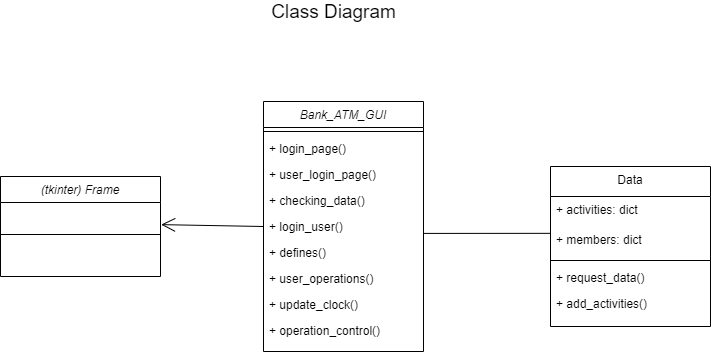
Above: Class_Diagram.png in fidanfatih/Bank_ATM_Demo_Project (draw.io), before the change. Source tidied: cells renumbered, new cells last; positions are measured from the earlier drawing's top-left corner, leaving out a move shared by most shapes.
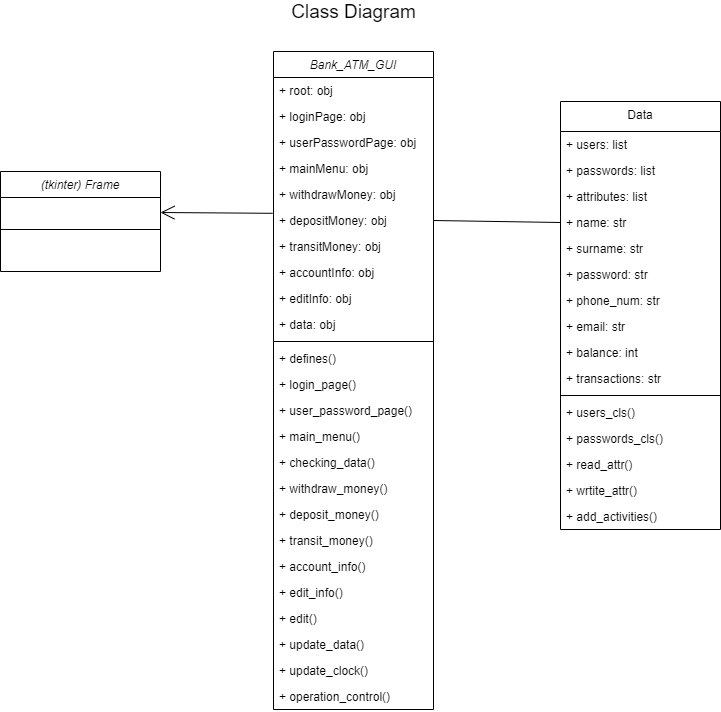
Above is the later version.

The edit, as a diff of the source:
```diff
@@ -3,69 +3,150 @@
     <mxCell id="0" />
     <mxCell id="1" parent="0" />
     <mxCell id="2" value="Data" style="swimlane;fontStyle=0;align=center;verticalAlign=top;horizontal=1;startSize=30;rounded=0;shadow=0;strokeWidth=1;" parent="1" vertex="1">
-      <mxGeometry x="550" y="165" width="160" height="160" as="geometry" />
+      <mxGeometry x="550" y="190" width="160" height="428" as="geometry" />
     </mxCell>
-    <mxCell id="3" value="+ activities: dict" style="text;align=left;verticalAlign=top;spacingLeft=4;spacingRight=4;overflow=hidden;rounded=0;shadow=0;html=0;" parent="2" vertex="1">
-      <mxGeometry y="30" width="160" height="30" as="geometry" />
-    </mxCell>
-    <mxCell id="4" value="+ members: dict" style="text;align=left;verticalAlign=top;spacingLeft=4;spacingRight=4;overflow=hidden;points=[[0,0.5],[1,0.5]];portConstraint=eastwest;rounded=0;shadow=0;html=0;" parent="2" vertex="1">
-      <mxGeometry y="60" width="160" height="30" as="geometry" />
-    </mxCell>
+    <mxCell id="12" value="+ users: list&#10;" style="text;align=left;verticalAlign=top;spacingLeft=4;spacingRight=4;overflow=hidden;rounded=0;shadow=0;html=0;" parent="2" vertex="1">
+      <mxGeometry y="30" width="160" height="26" as="geometry" />
+    </mxCell>
+    <mxCell id="23" value="+ passwords: list&#10;" style="text;align=left;verticalAlign=top;spacingLeft=4;spacingRight=4;overflow=hidden;rounded=0;shadow=0;html=0;" parent="2" vertex="1">
+      <mxGeometry y="56" width="160" height="26" as="geometry" />
+    </mxCell>
+    <mxCell id="24" value="+ attributes: list&#10;" style="text;align=left;verticalAlign=top;spacingLeft=4;spacingRight=4;overflow=hidden;rounded=0;shadow=0;html=0;" parent="2" vertex="1">
+      <mxGeometry y="82" width="160" height="26" as="geometry" />
+    </mxCell>
+    <mxCell id="25" value="+ name: str&#10;" style="text;align=left;verticalAlign=top;spacingLeft=4;spacingRight=4;overflow=hidden;points=[[0,0.5],[1,0.5]];portConstraint=eastwest;rounded=0;shadow=0;html=0;" parent="2" vertex="1">
+      <mxGeometry y="108" width="160" height="26" as="geometry" />
+    </mxCell>
+    <mxCell id="26" value="+ surname: str&#10;" style="text;align=left;verticalAlign=top;spacingLeft=4;spacingRight=4;overflow=hidden;rounded=0;shadow=0;html=0;" parent="2" vertex="1">
+      <mxGeometry y="134" width="160" height="26" as="geometry" />
+    </mxCell>
+    <mxCell id="27" value="+ password: str&#10;" style="text;align=left;verticalAlign=top;spacingLeft=4;spacingRight=4;overflow=hidden;rounded=0;shadow=0;html=0;" parent="2" vertex="1">
+      <mxGeometry y="160" width="160" height="26" as="geometry" />
+    </mxCell>
+    <mxCell id="28" value="+ phone_num: str&#10;" style="text;align=left;verticalAlign=top;spacingLeft=4;spacingRight=4;overflow=hidden;rounded=0;shadow=0;html=0;" parent="2" vertex="1">
+      <mxGeometry y="186" width="160" height="26" as="geometry" />
+    </mxCell>
+    <mxCell id="29" value="+ email: str&#10;" style="text;align=left;verticalAlign=top;spacingLeft=4;spacingRight=4;overflow=hidden;rounded=0;shadow=0;html=0;" parent="2" vertex="1">
+      <mxGeometry y="212" width="160" height="26" as="geometry" />
+    </mxCell>
+    <mxCell id="30" value="+ balance: int&#10;" style="text;align=left;verticalAlign=top;spacingLeft=4;spacingRight=4;overflow=hidden;rounded=0;shadow=0;html=0;" parent="2" vertex="1">
+      <mxGeometry y="238" width="160" height="26" as="geometry" />
+    </mxCell>
+    <mxCell id="31" value="+ transactions: str&#10;" style="text;align=left;verticalAlign=top;spacingLeft=4;spacingRight=4;overflow=hidden;rounded=0;shadow=0;html=0;" parent="2" vertex="1">
+      <mxGeometry y="264" width="160" height="26" as="geometry" />
+    </mxCell>
     <mxCell id="5" style="line;html=1;strokeWidth=1;align=left;verticalAlign=middle;spacingTop=-1;spacingLeft=3;spacingRight=3;labelPosition=right;" parent="2" vertex="1">
-      <mxGeometry y="90" width="160" height="8" as="geometry" />
+      <mxGeometry y="290" width="160" height="8" as="geometry" />
     </mxCell>
-    <mxCell id="6" value="+ request_data()" style="text;align=left;verticalAlign=top;spacingLeft=4;spacingRight=4;overflow=hidden;fontStyle=0;" parent="2" vertex="1">
-      <mxGeometry y="98" width="160" height="26" as="geometry" />
+    <mxCell id="6" value="+ users_cls()" style="text;align=left;verticalAlign=top;spacingLeft=4;spacingRight=4;overflow=hidden;fontStyle=0;" parent="2" vertex="1">
+      <mxGeometry y="298" width="160" height="26" as="geometry" />
     </mxCell>
-    <mxCell id="7" value="+ add_activities()" style="text;align=left;verticalAlign=top;spacingLeft=4;spacingRight=4;overflow=hidden;fontStyle=0;" parent="2" vertex="1">
-      <mxGeometry y="124" width="160" height="26" as="geometry" />
+    <mxCell id="7" value="+ passwords_cls()" style="text;align=left;verticalAlign=top;spacingLeft=4;spacingRight=4;overflow=hidden;fontStyle=0;" parent="2" vertex="1">
+      <mxGeometry y="324" width="160" height="26" as="geometry" />
     </mxCell>
+    <mxCell id="32" value="+ read_attr()" style="text;align=left;verticalAlign=top;spacingLeft=4;spacingRight=4;overflow=hidden;fontStyle=0;" parent="2" vertex="1">
+      <mxGeometry y="350" width="160" height="26" as="geometry" />
+    </mxCell>
+    <mxCell id="33" value="+ wrtite_attr()" style="text;align=left;verticalAlign=top;spacingLeft=4;spacingRight=4;overflow=hidden;fontStyle=0;" parent="2" vertex="1">
+      <mxGeometry y="376" width="160" height="26" as="geometry" />
+    </mxCell>
+    <mxCell id="34" value="+ add_activities()" style="text;align=left;verticalAlign=top;spacingLeft=4;spacingRight=4;overflow=hidden;fontStyle=0;" parent="2" vertex="1">
+      <mxGeometry y="402" width="160" height="26" as="geometry" />
+    </mxCell>
     <mxCell id="8" value="(tkinter) Frame" style="swimlane;fontStyle=2;align=center;verticalAlign=top;horizontal=1;startSize=26;rounded=0;shadow=0;strokeWidth=1;" parent="1" vertex="1">
-      <mxGeometry y="175" width="160" height="100" as="geometry" />
+      <mxGeometry x="-10" y="260" width="160" height="100" as="geometry" />
     </mxCell>
     <mxCell id="9" style="line;html=1;strokeWidth=1;align=left;verticalAlign=middle;spacingTop=-1;spacingLeft=3;spacingRight=3;labelPosition=right;" parent="8" vertex="1">
       <mxGeometry y="26" width="160" height="64" as="geometry" />
     </mxCell>
     <mxCell id="10" value="Bank_ATM_GUI" style="swimlane;fontStyle=2;align=center;verticalAlign=top;horizontal=1;startSize=26;rounded=0;shadow=0;strokeWidth=1;" parent="1" vertex="1">
-      <mxGeometry x="263" y="100" width="160" height="250" as="geometry" />
+      <mxGeometry x="263" y="140" width="160" height="658" as="geometry" />
     </mxCell>
+    <mxCell id="35" value="+ root: obj" style="text;align=left;verticalAlign=top;spacingLeft=4;spacingRight=4;overflow=hidden;rounded=0;shadow=0;html=0;" parent="10" vertex="1">
+      <mxGeometry y="26" width="160" height="26" as="geometry" />
+    </mxCell>
+    <mxCell id="36" value="+ loginPage: obj" style="text;align=left;verticalAlign=top;spacingLeft=4;spacingRight=4;overflow=hidden;rounded=0;shadow=0;html=0;" parent="10" vertex="1">
+      <mxGeometry y="52" width="160" height="26" as="geometry" />
+    </mxCell>
+    <mxCell id="37" value="+ userPasswordPage: obj" style="text;align=left;verticalAlign=top;spacingLeft=4;spacingRight=4;overflow=hidden;rounded=0;shadow=0;html=0;" parent="10" vertex="1">
+      <mxGeometry y="78" width="160" height="26" as="geometry" />
+    </mxCell>
+    <mxCell id="38" value="+ mainMenu: obj" style="text;align=left;verticalAlign=top;spacingLeft=4;spacingRight=4;overflow=hidden;rounded=0;shadow=0;html=0;" parent="10" vertex="1">
+      <mxGeometry y="104" width="160" height="26" as="geometry" />
+    </mxCell>
+    <mxCell id="39" value="+ withdrawMoney: obj" style="text;align=left;verticalAlign=top;spacingLeft=4;spacingRight=4;overflow=hidden;rounded=0;shadow=0;html=0;" parent="10" vertex="1">
+      <mxGeometry y="130" width="160" height="26" as="geometry" />
+    </mxCell>
+    <mxCell id="40" value="+ depositMoney: obj" style="text;align=left;verticalAlign=top;spacingLeft=4;spacingRight=4;overflow=hidden;points=[[0,0.5],[1,0.5]];portConstraint=eastwest;rounded=0;shadow=0;html=0;" parent="10" vertex="1">
+      <mxGeometry y="156" width="160" height="26" as="geometry" />
+    </mxCell>
+    <mxCell id="41" value="+ transitMoney: obj" style="text;align=left;verticalAlign=top;spacingLeft=4;spacingRight=4;overflow=hidden;rounded=0;shadow=0;html=0;" parent="10" vertex="1">
+      <mxGeometry y="182" width="160" height="26" as="geometry" />
+    </mxCell>
+    <mxCell id="42" value="+ accountInfo: obj" style="text;align=left;verticalAlign=top;spacingLeft=4;spacingRight=4;overflow=hidden;rounded=0;shadow=0;html=0;" parent="10" vertex="1">
+      <mxGeometry y="208" width="160" height="26" as="geometry" />
+    </mxCell>
+    <mxCell id="43" value="+ editInfo: obj" style="text;align=left;verticalAlign=top;spacingLeft=4;spacingRight=4;overflow=hidden;rounded=0;shadow=0;html=0;" parent="10" vertex="1">
+      <mxGeometry y="234" width="160" height="26" as="geometry" />
+    </mxCell>
+    <mxCell id="44" value="+ data: obj" style="text;align=left;verticalAlign=top;spacingLeft=4;spacingRight=4;overflow=hidden;rounded=0;shadow=0;html=0;" parent="10" vertex="1">
+      <mxGeometry y="260" width="160" height="26" as="geometry" />
+    </mxCell>
     <mxCell id="11" style="line;html=1;strokeWidth=1;align=left;verticalAlign=middle;spacingTop=-1;spacingLeft=3;spacingRight=3;labelPosition=right;" parent="10" vertex="1">
-      <mxGeometry y="26" width="160" height="8" as="geometry" />
+      <mxGeometry y="286" width="160" height="8" as="geometry" />
     </mxCell>
-    <mxCell id="12" value="+ login_page()" style="text;align=left;verticalAlign=top;spacingLeft=4;spacingRight=4;overflow=hidden;rounded=0;shadow=0;html=0;" parent="10" vertex="1">
-      <mxGeometry y="34" width="160" height="26" as="geometry" />
-    </mxCell>
+    <mxCell id="45" value="+ defines()" style="text;align=left;verticalAlign=top;spacingLeft=4;spacingRight=4;overflow=hidden;rounded=0;shadow=0;html=0;" parent="10" vertex="1">
+      <mxGeometry y="294" width="160" height="26" as="geometry" />
+    </mxCell>
+    <mxCell id="46" value="+ login_page()" style="text;align=left;verticalAlign=top;spacingLeft=4;spacingRight=4;overflow=hidden;rounded=0;shadow=0;html=0;" parent="10" vertex="1">
+      <mxGeometry y="320" width="160" height="26" as="geometry" />
+    </mxCell>
-    <mxCell id="13" value="+ user_login_page()" style="text;align=left;verticalAlign=top;spacingLeft=4;spacingRight=4;overflow=hidden;" parent="10" vertex="1">
-      <mxGeometry y="60" width="160" height="26" as="geometry" />
+    <mxCell id="13" value="+ user_password_page()" style="text;align=left;verticalAlign=top;spacingLeft=4;spacingRight=4;overflow=hidden;" parent="10" vertex="1">
+      <mxGeometry y="346" width="160" height="26" as="geometry" />
     </mxCell>
+    <mxCell id="47" value="+ main_menu()" style="text;align=left;verticalAlign=top;spacingLeft=4;spacingRight=4;overflow=hidden;" parent="10" vertex="1">
+      <mxGeometry y="372" width="160" height="26" as="geometry" />
+    </mxCell>
     <mxCell id="14" value="+ checking_data()" style="text;align=left;verticalAlign=top;spacingLeft=4;spacingRight=4;overflow=hidden;rounded=0;shadow=0;html=0;" parent="10" vertex="1">
-      <mxGeometry y="86" width="160" height="26" as="geometry" />
+      <mxGeometry y="398" width="160" height="26" as="geometry" />
     </mxCell>
-    <mxCell id="15" value="+ login_user()" style="text;align=left;verticalAlign=top;spacingLeft=4;spacingRight=4;overflow=hidden;points=[[0,0.5],[1,0.5]];portConstraint=eastwest;" parent="10" vertex="1">
-      <mxGeometry y="112" width="160" height="26" as="geometry" />
+    <mxCell id="15" value="+ withdraw_money()" style="text;align=left;verticalAlign=top;spacingLeft=4;spacingRight=4;overflow=hidden;points=[[0,0.5],[1,0.5]];portConstraint=eastwest;" parent="10" vertex="1">
+      <mxGeometry y="424" width="160" height="26" as="geometry" />
     </mxCell>
+    <mxCell id="48" value="+ deposit_money()" style="text;align=left;verticalAlign=top;spacingLeft=4;spacingRight=4;overflow=hidden;" parent="10" vertex="1">
+      <mxGeometry y="450" width="160" height="26" as="geometry" />
+    </mxCell>
+    <mxCell id="49" value="+ transit_money()" style="text;align=left;verticalAlign=top;spacingLeft=4;spacingRight=4;overflow=hidden;" parent="10" vertex="1">
+      <mxGeometry y="476" width="160" height="26" as="geometry" />
+    </mxCell>
+    <mxCell id="50" value="+ account_info()" style="text;align=left;verticalAlign=top;spacingLeft=4;spacingRight=4;overflow=hidden;" parent="10" vertex="1">
+      <mxGeometry y="502" width="160" height="26" as="geometry" />
+    </mxCell>
-    <mxCell id="16" value="+ defines()" style="text;align=left;verticalAlign=top;spacingLeft=4;spacingRight=4;overflow=hidden;rounded=0;shadow=0;html=0;" parent="10" vertex="1">
-      <mxGeometry y="138" width="160" height="26" as="geometry" />
+    <mxCell id="16" value="+ edit_info()" style="text;align=left;verticalAlign=top;spacingLeft=4;spacingRight=4;overflow=hidden;rounded=0;shadow=0;html=0;" parent="10" vertex="1">
+      <mxGeometry y="528" width="160" height="26" as="geometry" />
     </mxCell>
+    <mxCell id="51" value="+ edit()" style="text;align=left;verticalAlign=top;spacingLeft=4;spacingRight=4;overflow=hidden;rounded=0;shadow=0;html=0;" parent="10" vertex="1">
+      <mxGeometry y="554" width="160" height="26" as="geometry" />
+    </mxCell>
-    <mxCell id="17" value="+ user_operations()" style="text;align=left;verticalAlign=top;spacingLeft=4;spacingRight=4;overflow=hidden;" parent="10" vertex="1">
-      <mxGeometry y="164" width="160" height="26" as="geometry" />
+    <mxCell id="17" value="+ update_data()" style="text;align=left;verticalAlign=top;spacingLeft=4;spacingRight=4;overflow=hidden;" parent="10" vertex="1">
+      <mxGeometry y="580" width="160" height="26" as="geometry" />
     </mxCell>
     <mxCell id="18" value="+ update_clock()" style="text;align=left;verticalAlign=top;spacingLeft=4;spacingRight=4;overflow=hidden;" parent="10" vertex="1">
-      <mxGeometry y="190" width="160" height="26" as="geometry" />
+      <mxGeometry y="606" width="160" height="26" as="geometry" />
     </mxCell>
     <mxCell id="19" value="+ operation_control()" style="text;align=left;verticalAlign=top;spacingLeft=4;spacingRight=4;overflow=hidden;" parent="10" vertex="1">
-      <mxGeometry y="216" width="160" height="26" as="geometry" />
+      <mxGeometry y="632" width="160" height="26" as="geometry" />
     </mxCell>
-    <mxCell id="20" style="endArrow=none;endFill=0;endSize=12;html=1;exitX=1.001;exitY=0.766;exitDx=0;exitDy=0;exitPerimeter=0;entryX=-0.001;entryY=0.228;entryDx=0;entryDy=0;entryPerimeter=0;" parent="1" edge="1" source="15" target="4">
+    <mxCell id="20" style="endArrow=none;endFill=0;endSize=12;html=1;exitX=1;exitY=0.5;exitDx=0;exitDy=0;entryX=0;entryY=0.5;entryDx=0;entryDy=0;" parent="1" edge="1" source="40" target="25">
       <mxGeometry relative="1" as="geometry" />
     </mxCell>
-    <mxCell id="21" style="endArrow=open;endFill=1;endSize=12;html=1;entryX=1.004;entryY=-0.149;entryDx=0;entryDy=0;entryPerimeter=0;exitX=0;exitY=0.5;exitDx=0;exitDy=0;" parent="1" edge="1" source="15">
+    <mxCell id="21" style="endArrow=open;endFill=1;endSize=12;html=1;exitX=-0.006;exitY=0.223;exitDx=0;exitDy=0;exitPerimeter=0;" parent="1" edge="1" source="40">
       <mxGeometry relative="1" as="geometry">
-        <mxPoint x="160.6" y="223.1" as="targetPoint" />
+        <mxPoint x="150" y="301" as="targetPoint" />
       </mxGeometry>
     </mxCell>
     <mxCell id="22" value="&lt;font style=&quot;font-size: 19px&quot;&gt;Class Diagram&lt;/font&gt;" style="text;html=1;align=center;verticalAlign=middle;fillColor=none;strokeColor=none;rounded=0;" parent="1" vertex="1">
-      <mxGeometry x="263" width="140" height="20" as="geometry" />
+      <mxGeometry x="273" y="90" width="140" height="20" as="geometry" />
     </mxCell>
   </root>
 </mxGraphModel>
```
